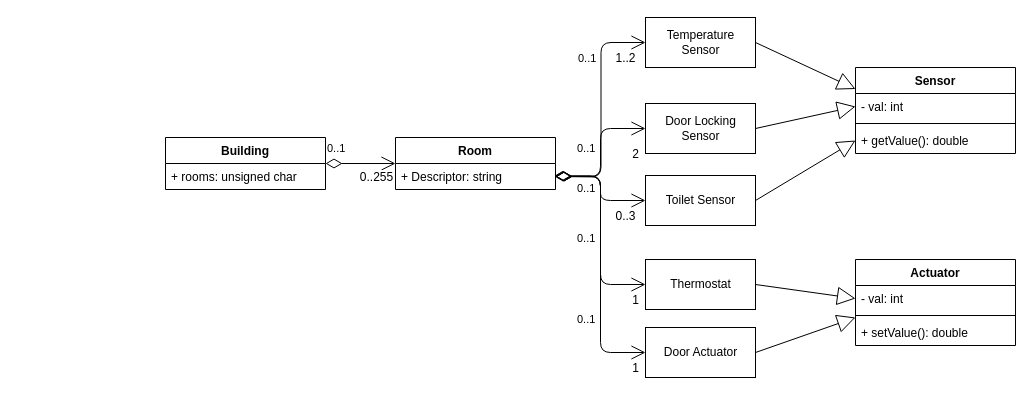
Earlier version of the draw.io diagram Anforderungen/Fachklassen/Fachklassen.drawio (FHWestkuesteSWE/projektgebaeude-juicy-errors). Source tidied: cells renumbered, new cells numbered last; positions are measured from the earlier drawing's top-left corner, leaving out a move shared by most shapes. Both pictures are drawn from the tidied source at 100%, with x=0, y=0 at pixel (165, 17).
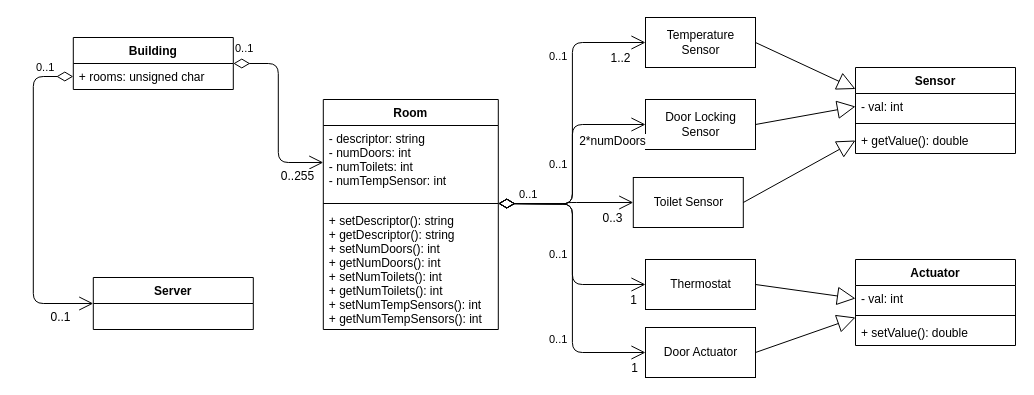
Above is the later version.

Unchanged cells that the change refers to:
```xml
<mxCell id="2" value="Temperature&lt;br&gt;Sensor" style="html=1;" parent="1" vertex="1">
  <mxGeometry x="480" width="110" height="50" as="geometry" />
</mxCell>
<mxCell id="8" value="Thermostat" style="html=1;" parent="1" vertex="1">
  <mxGeometry x="480" y="242" width="110" height="50" as="geometry" />
</mxCell>
<mxCell id="12" value="Door Actuator" style="html=1;" parent="1" vertex="1">
  <mxGeometry x="480" y="310" width="110" height="50" as="geometry" />
</mxCell>
```

Change to the diagram source:
```diff
@@
     <mxCell id="3" value="Door Locking&lt;br&gt;Sensor" style="html=1;" parent="1" vertex="1">
-      <mxGeometry x="480" y="86" width="110" height="50" as="geometry" />
+      <mxGeometry x="480" y="82" width="110" height="50" as="geometry" />
     </mxCell>
-    <mxCell id="4" value="0..1" style="endArrow=open;html=1;endSize=12;startArrow=diamondThin;startSize=14;startFill=0;edgeStyle=orthogonalEdgeStyle;align=left;verticalAlign=bottom;entryX=0;entryY=0.5;entryDx=0;entryDy=0;" parent="1" edge="1" target="2">
+    <mxCell id="4" value="0..1" style="endArrow=open;html=1;endSize=12;startArrow=diamondThin;startSize=14;startFill=0;edgeStyle=orthogonalEdgeStyle;align=left;verticalAlign=bottom;entryX=0;entryY=0.5;entryDx=0;entryDy=0;exitX=1;exitY=0.5;exitDx=0;exitDy=0;" parent="1" edge="1" target="2">
       <mxGeometry x="0.38" y="25" relative="1" as="geometry">
-        <mxPoint x="390" y="159" as="sourcePoint" />
+        <mxPoint x="332.8" y="186" as="sourcePoint" />
       </mxGeometry>
     </mxCell>
@@
     <mxCell id="9" value="Toilet Sensor" style="html=1;" parent="1" vertex="1">
-      <mxGeometry x="480" y="158" width="110" height="50" as="geometry" />
+      <mxGeometry x="467.8" y="160" width="110" height="50" as="geometry" />
     </mxCell>
@@
-    <mxCell id="14" value="0..1" style="endArrow=open;html=1;endSize=12;startArrow=diamondThin;startSize=14;startFill=0;edgeStyle=orthogonalEdgeStyle;align=left;verticalAlign=bottom;exitX=1;exitY=0.5;exitDx=0;exitDy=0;entryX=0;entryY=0.5;entryDx=0;entryDy=0;" parent="1" edge="1" source="23" target="3">
-      <mxGeometry x="-0.07" y="25" relative="1" as="geometry" />
+    <mxCell id="14" value="0..1" style="endArrow=open;html=1;endSize=12;startArrow=diamondThin;startSize=14;startFill=0;edgeStyle=orthogonalEdgeStyle;align=left;verticalAlign=bottom;exitX=1;exitY=0.5;exitDx=0;exitDy=0;entryX=0;entryY=0.5;entryDx=0;entryDy=0;" parent="1" edge="1" target="3">
+      <mxGeometry x="-0.07" y="25" relative="1" as="geometry">
+        <mxPoint x="332.8" y="186" as="sourcePoint" />
+      </mxGeometry>
     </mxCell>
-    <mxCell id="15" value="2" style="text;html=1;align=center;verticalAlign=middle;labelBackgroundColor=#ffffff;" parent="14" vertex="1">
+    <mxCell id="15" value="2*numDoors" style="text;html=1;align=center;verticalAlign=middle;labelBackgroundColor=#ffffff;" parent="14" vertex="1">
       <mxGeometry x="0.9" y="-3" relative="1" as="geometry">
-        <mxPoint x="-3.4" y="22" as="offset" />
+        <mxPoint x="-21.4" y="13" as="offset" />
       </mxGeometry>
     </mxCell>
-    <mxCell id="16" value="0..1" style="endArrow=open;html=1;endSize=12;startArrow=diamondThin;startSize=14;startFill=0;edgeStyle=orthogonalEdgeStyle;align=left;verticalAlign=bottom;entryX=0;entryY=0.5;entryDx=0;entryDy=0;exitX=1;exitY=0.5;exitDx=0;exitDy=0;" parent="1" edge="1" source="23" target="9">
-      <mxGeometry x="0.16" y="-25" relative="1" as="geometry" />
+    <mxCell id="16" value="0..1" style="endArrow=open;html=1;endSize=12;startArrow=diamondThin;startSize=14;startFill=0;edgeStyle=orthogonalEdgeStyle;align=left;verticalAlign=bottom;entryX=0;entryY=0.5;entryDx=0;entryDy=0;exitX=1;exitY=0.5;exitDx=0;exitDy=0;" parent="1" edge="1" target="9">
+      <mxGeometry x="-0.72" relative="1" as="geometry">
+        <mxPoint x="332.8" y="186" as="sourcePoint" />
+      </mxGeometry>
     </mxCell>
@@
-    <mxCell id="18" value="0..1" style="endArrow=open;html=1;endSize=12;startArrow=diamondThin;startSize=14;startFill=0;edgeStyle=orthogonalEdgeStyle;align=left;verticalAlign=bottom;entryX=0;entryY=0.5;entryDx=0;entryDy=0;exitX=0.994;exitY=0.472;exitDx=0;exitDy=0;exitPerimeter=0;" parent="1" edge="1" source="23" target="8">
-      <mxGeometry x="0.18" y="-25" relative="1" as="geometry" />
+    <mxCell id="18" value="0..1" style="endArrow=open;html=1;endSize=12;startArrow=diamondThin;startSize=14;startFill=0;edgeStyle=orthogonalEdgeStyle;align=left;verticalAlign=bottom;entryX=0;entryY=0.5;entryDx=0;entryDy=0;exitX=1;exitY=0.5;exitDx=0;exitDy=0;" parent="1" edge="1" target="8">
+      <mxGeometry x="0.18" y="-25" relative="1" as="geometry">
+        <mxPoint x="332.8" y="186" as="sourcePoint" />
+      </mxGeometry>
     </mxCell>
@@
-    <mxCell id="20" value="0..1" style="endArrow=open;html=1;endSize=12;startArrow=diamondThin;startSize=14;startFill=0;edgeStyle=orthogonalEdgeStyle;align=left;verticalAlign=bottom;entryX=0;entryY=0.5;entryDx=0;entryDy=0;exitX=0.992;exitY=0.494;exitDx=0;exitDy=0;exitPerimeter=0;" parent="1" edge="1" source="23" target="12">
-      <mxGeometry x="0.48" y="-25" relative="1" as="geometry" />
+    <mxCell id="20" value="0..1" style="endArrow=open;html=1;endSize=12;startArrow=diamondThin;startSize=14;startFill=0;edgeStyle=orthogonalEdgeStyle;align=left;verticalAlign=bottom;entryX=0;entryY=0.5;entryDx=0;entryDy=0;" parent="1" edge="1" target="12">
+      <mxGeometry x="0.48" y="-25" relative="1" as="geometry">
+        <mxPoint x="332.8" y="186" as="sourcePoint" />
+      </mxGeometry>
     </mxCell>
@@
+    <mxCell id="32" value="0..1" style="endArrow=open;html=1;endSize=12;startArrow=diamondThin;startSize=14;startFill=0;edgeStyle=orthogonalEdgeStyle;align=left;verticalAlign=bottom;entryX=0;entryY=0.5;entryDx=0;entryDy=0;exitX=1;exitY=0.5;exitDx=0;exitDy=0;" parent="1" edge="1" source="34" target="39">
+      <mxGeometry x="-1" y="6" relative="1" as="geometry" />
+    </mxCell>
+    <mxCell id="33" value="0..255" style="text;html=1;align=center;verticalAlign=middle;labelBackgroundColor=#ffffff;" parent="32" vertex="1">
+      <mxGeometry x="0.9" y="-3" relative="1" as="geometry">
+        <mxPoint x="-16.9" y="10" as="offset" />
+      </mxGeometry>
+    </mxCell>
+    <mxCell id="36" value="0..1" style="endArrow=open;html=1;endSize=12;startArrow=diamondThin;startSize=14;startFill=0;edgeStyle=orthogonalEdgeStyle;align=left;verticalAlign=bottom;entryX=0;entryY=0.5;entryDx=0;entryDy=0;exitX=0;exitY=0.5;exitDx=0;exitDy=0;" parent="1" edge="1" source="35" target="38">
+      <mxGeometry x="-0.76" relative="1" as="geometry">
+        <Array as="points">
+          <mxPoint x="-132.2" y="59" />
+          <mxPoint x="-132.2" y="286" />
+        </Array>
+      </mxGeometry>
+    </mxCell>
+    <mxCell id="37" value="0..1" style="text;html=1;align=center;verticalAlign=middle;labelBackgroundColor=#ffffff;" parent="36" vertex="1">
+      <mxGeometry x="0.9" y="-3" relative="1" as="geometry">
+        <mxPoint x="-16.9" y="10" as="offset" />
+      </mxGeometry>
+    </mxCell>
+    <mxCell id="34" value="Building" style="swimlane;fontStyle=1;align=center;verticalAlign=top;horizontal=1;startSize=26;" parent="1" vertex="1">
+      <mxGeometry x="-92.2" y="20" width="160" height="52" as="geometry" />
+    </mxCell>
+    <mxCell id="38" value="Server" style="swimlane;fontStyle=1;align=center;verticalAlign=top;horizontal=1;startSize=26;" parent="1" vertex="1">
+      <mxGeometry x="-72.2" y="260" width="160" height="52" as="geometry" />
+    </mxCell>
+    <mxCell id="35" value="+ rooms: unsigned char" style="text;strokeColor=none;fillColor=none;align=left;verticalAlign=top;spacingLeft=4;spacingRight=4;overflow=hidden;points=[[0,0.5],[1,0.5]];portConstraint=eastwest;" parent="1" vertex="1">
+      <mxGeometry x="-92.2" y="46" width="160" height="26" as="geometry" />
+    </mxCell>
     <mxCell id="22" value="Room" style="swimlane;fontStyle=1;align=center;verticalAlign=top;horizontal=1;startSize=26;" parent="1" vertex="1">
-      <mxGeometry x="230" y="120" width="160" height="52" as="geometry" />
+      <mxGeometry x="157.8" y="82" width="175" height="230" as="geometry" />
     </mxCell>
-    <mxCell id="23" value="+ Descriptor: string" style="text;strokeColor=none;fillColor=none;align=left;verticalAlign=top;spacingLeft=4;spacingRight=4;overflow=hidden;points=[[0,0.5],[1,0.5]];portConstraint=eastwest;" parent="22" vertex="1">
-      <mxGeometry y="26" width="160" height="26" as="geometry" />
-    </mxCell>
+    <mxCell id="39" value="- descriptor: string &#10;- numDoors: int&#10;- numToilets: int&#10;- numTempSensor: int&#10;" style="text;strokeColor=none;fillColor=none;align=left;verticalAlign=top;spacingLeft=4;spacingRight=4;overflow=hidden;points=[[0,0.5],[1,0.5]];portConstraint=eastwest;" parent="22" vertex="1">
+      <mxGeometry y="26" width="175" height="74" as="geometry" />
+    </mxCell>
+    <mxCell id="40" style="line;strokeWidth=1;fillColor=none;align=left;verticalAlign=middle;spacingTop=-1;spacingLeft=3;spacingRight=3;labelPosition=right;" parent="22" vertex="1">
+      <mxGeometry y="100" width="175" height="8" as="geometry" />
+    </mxCell>
+    <mxCell id="41" value="+ setDescriptor(): string&#10;+ getDescriptor(): string&#10;+ setNumDoors(): int&#10;+ getNumDoors(): int&#10;+ setNumToilets(): int&#10;+ getNumToilets(): int&#10;+ setNumTempSensors(): int&#10;+ getNumTempSensors(): int" style="text;strokeColor=none;fillColor=none;align=left;verticalAlign=top;spacingLeft=4;spacingRight=4;overflow=hidden;" parent="22" vertex="1">
+      <mxGeometry y="108" width="175" height="122" as="geometry" />
+    </mxCell>
@@
-    <mxCell id="32" value="0..1" style="endArrow=open;html=1;endSize=12;startArrow=diamondThin;startSize=14;startFill=0;edgeStyle=orthogonalEdgeStyle;align=left;verticalAlign=bottom;entryX=0;entryY=0.5;entryDx=0;entryDy=0;exitX=1;exitY=0.5;exitDx=0;exitDy=0;" parent="1" edge="1" source="34" target="22">
-      <mxGeometry x="-1" y="6" relative="1" as="geometry" />
-    </mxCell>
-    <mxCell id="33" value="0..255" style="text;html=1;align=center;verticalAlign=middle;labelBackgroundColor=#ffffff;" parent="32" vertex="1">
-      <mxGeometry x="0.9" y="-3" relative="1" as="geometry">
-        <mxPoint x="-16.9" y="10" as="offset" />
-      </mxGeometry>
-    </mxCell>
-    <mxCell id="34" value="Building" style="swimlane;fontStyle=1;align=center;verticalAlign=top;horizontal=1;startSize=26;" parent="1" vertex="1">
-      <mxGeometry y="120" width="160" height="52" as="geometry" />
-    </mxCell>
-    <mxCell id="35" value="+ rooms: unsigned char" style="text;strokeColor=none;fillColor=none;align=left;verticalAlign=top;spacingLeft=4;spacingRight=4;overflow=hidden;points=[[0,0.5],[1,0.5]];portConstraint=eastwest;" parent="34" vertex="1">
-      <mxGeometry y="26" width="160" height="26" as="geometry" />
-    </mxCell>
```
